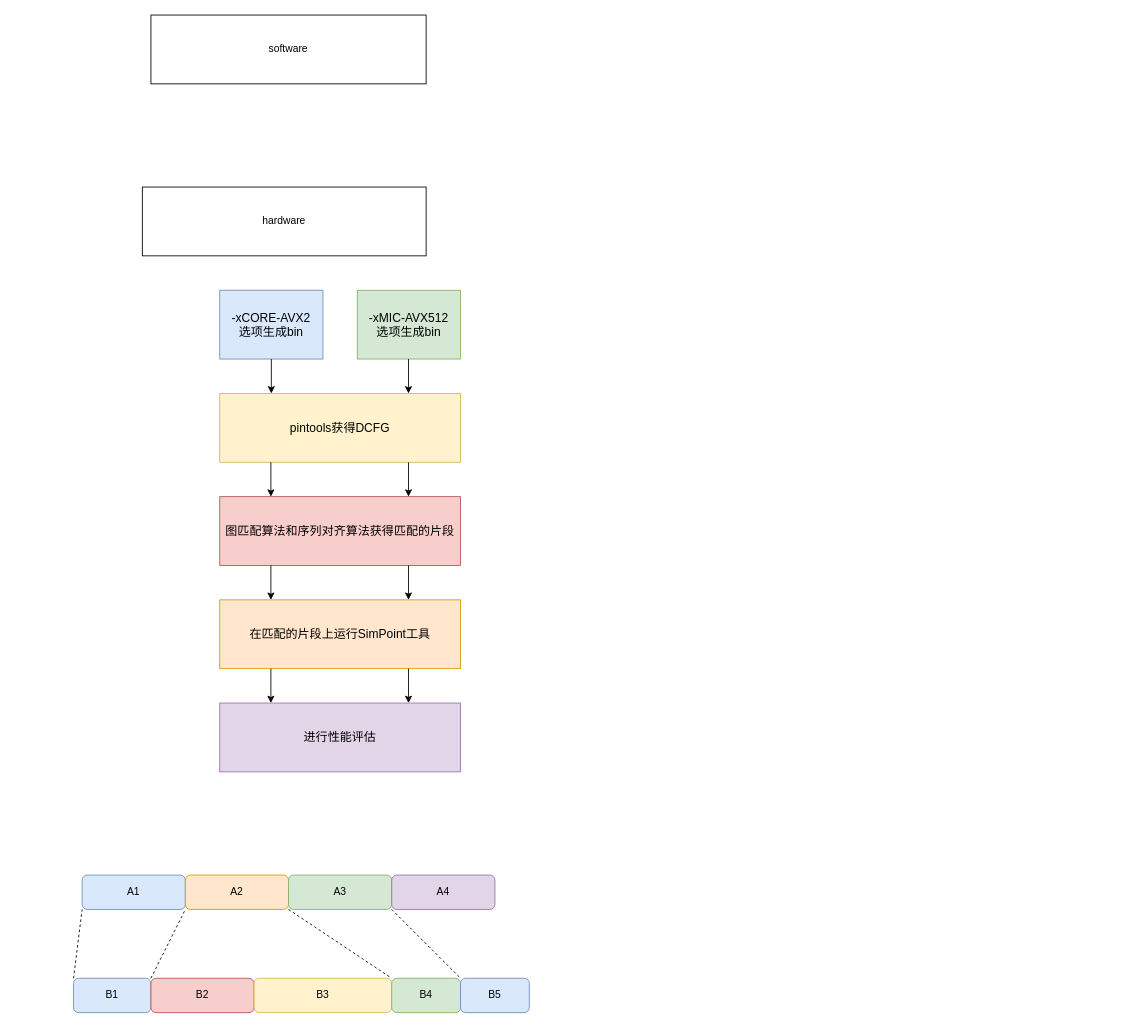
The draw.io diagram 1.drawio in Ziyue-Zhang/apicture, before the edit. Source tidied: cells renumbered, new cells numbered last; positions are measured from the earlier drawing's top-left corner, leaving out a move shared by most shapes. Both pictures are drawn from the tidied source at 86%, with x=0, y=0 at pixel (73, 15).
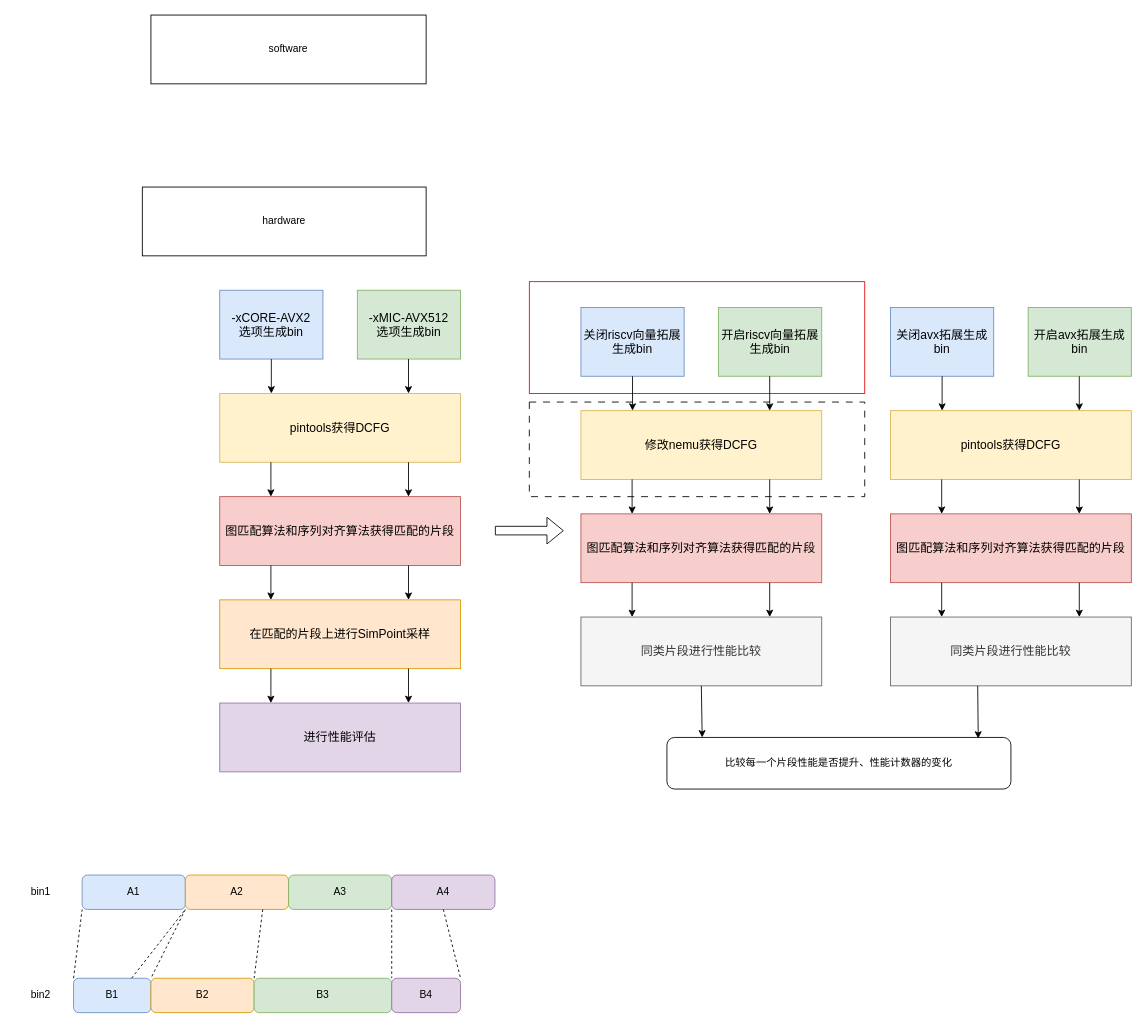
The same page after the edit.

Unchanged cells that the change refers to:
```xml
<mxCell id="19" value="A2" style="rounded=1;whiteSpace=wrap;html=1;fillColor=#ffe6cc;strokeColor=#d79b00;" parent="1" vertex="1">
  <mxGeometry x="130" y="1000" width="120" height="40" as="geometry" />
</mxCell>
<mxCell id="20" value="A3" style="rounded=1;whiteSpace=wrap;html=1;fillColor=#d5e8d4;strokeColor=#82b366;" parent="1" vertex="1">
  <mxGeometry x="250" y="1000" width="120" height="40" as="geometry" />
</mxCell>
<mxCell id="21" value="A4" style="rounded=1;whiteSpace=wrap;html=1;fillColor=#e1d5e7;strokeColor=#9673a6;" parent="1" vertex="1">
  <mxGeometry x="370" y="1000" width="120" height="40" as="geometry" />
</mxCell>
<mxCell id="22" value="B1" style="rounded=1;whiteSpace=wrap;html=1;fillColor=#dae8fc;strokeColor=#6c8ebf;" parent="1" vertex="1">
  <mxGeometry y="1120" width="90" height="40" as="geometry" />
</mxCell>
```

The edit, as a diff of the source:
```diff
@@
+    <mxCell id="31" style="rounded=0;whiteSpace=wrap;html=1;strokeColor=#000000;dashed=1;dashPattern=8 8;" parent="1" vertex="1">
+      <mxGeometry x="530" y="450" width="390" height="110" as="geometry" />
+    </mxCell>
+    <mxCell id="32" style="rounded=0;whiteSpace=wrap;html=1;strokeColor=#e10909;" parent="1" vertex="1">
+      <mxGeometry x="530" y="310" width="390" height="130" as="geometry" />
+    </mxCell>
@@
-    <mxCell id="8" value="&lt;font style=&quot;font-size: 14px;&quot;&gt;在匹配的片段上运行SimPoint工具&lt;/font&gt;" style="rounded=0;whiteSpace=wrap;html=1;fillColor=#ffe6cc;strokeColor=#d79b00;" parent="1" vertex="1">
+    <mxCell id="8" value="&lt;font style=&quot;font-size: 14px;&quot;&gt;在匹配的片段上进行SimPoint采样&lt;/font&gt;" style="rounded=0;whiteSpace=wrap;html=1;fillColor=#ffe6cc;strokeColor=#d79b00;" parent="1" vertex="1">
       <mxGeometry x="170" y="680" width="280" height="80" as="geometry" />
     </mxCell>
@@
-    <mxCell id="23" value="B2" style="rounded=1;whiteSpace=wrap;html=1;fillColor=#f8cecc;strokeColor=#b85450;" parent="1" vertex="1">
+    <mxCell id="23" value="B2" style="rounded=1;whiteSpace=wrap;html=1;fillColor=#ffe6cc;strokeColor=#d79b00;" parent="1" vertex="1">
       <mxGeometry x="90" y="1120" width="120" height="40" as="geometry" />
     </mxCell>
-    <mxCell id="24" value="B3" style="rounded=1;whiteSpace=wrap;html=1;fillColor=#fff2cc;strokeColor=#d6b656;" parent="1" vertex="1">
+    <mxCell id="24" value="B3" style="rounded=1;whiteSpace=wrap;html=1;fillColor=#d5e8d4;strokeColor=#82b366;" parent="1" vertex="1">
       <mxGeometry x="210" y="1120" width="160" height="40" as="geometry" />
     </mxCell>
-    <mxCell id="25" value="B4" style="rounded=1;whiteSpace=wrap;html=1;fillColor=#d5e8d4;strokeColor=#82b366;" parent="1" vertex="1">
+    <mxCell id="25" value="B4" style="rounded=1;whiteSpace=wrap;html=1;fillColor=#e1d5e7;strokeColor=#9673a6;" parent="1" vertex="1">
       <mxGeometry x="370" y="1120" width="80" height="40" as="geometry" />
     </mxCell>
@@
-    <mxCell id="27" style="endArrow=none;dashed=1;html=1;rounded=0;exitX=1;exitY=0;exitDx=0;exitDy=0;entryX=0;entryY=1;entryDx=0;entryDy=0;" parent="1" edge="1" source="22" target="19">
+    <mxCell id="27" style="endArrow=none;dashed=1;html=1;rounded=0;exitX=0.75;exitY=0;exitDx=0;exitDy=0;entryX=0;entryY=1;entryDx=0;entryDy=0;" parent="1" edge="1" source="22" target="19">
       <mxGeometry relative="1" as="geometry" />
     </mxCell>
-    <mxCell id="28" value="B5" style="rounded=1;whiteSpace=wrap;html=1;fillColor=#dae8fc;strokeColor=#6c8ebf;" parent="1" vertex="1">
-      <mxGeometry x="450" y="1120" width="80" height="40" as="geometry" />
-    </mxCell>
-    <mxCell id="29" style="endArrow=none;dashed=1;html=1;rounded=0;exitX=0;exitY=1;exitDx=0;exitDy=0;entryX=0;entryY=0;entryDx=0;entryDy=0;" parent="1" edge="1" source="20" target="25">
+    <mxCell id="29" style="endArrow=none;dashed=1;html=1;rounded=0;exitX=1;exitY=1;exitDx=0;exitDy=0;entryX=0;entryY=0;entryDx=0;entryDy=0;" parent="1" edge="1" source="20" target="25">
       <mxGeometry relative="1" as="geometry" />
     </mxCell>
-    <mxCell id="30" style="endArrow=none;dashed=1;html=1;rounded=0;exitX=0;exitY=1;exitDx=0;exitDy=0;entryX=1;entryY=0;entryDx=0;entryDy=0;" parent="1" edge="1" source="21" target="25">
+    <mxCell id="30" style="endArrow=none;dashed=1;html=1;rounded=0;exitX=0.5;exitY=1;exitDx=0;exitDy=0;entryX=1;entryY=0;entryDx=0;entryDy=0;" parent="1" edge="1" source="21" target="25">
       <mxGeometry relative="1" as="geometry" />
     </mxCell>
+    <mxCell id="33" value="bin1" style="text;html=1;align=center;verticalAlign=middle;whiteSpace=wrap;rounded=0;" parent="1" vertex="1">
+      <mxGeometry x="-68" y="1005" width="60" height="30" as="geometry" />
+    </mxCell>
+    <mxCell id="34" value="bin2" style="text;html=1;align=center;verticalAlign=middle;whiteSpace=wrap;rounded=0;" parent="1" vertex="1">
+      <mxGeometry x="-68" y="1125" width="60" height="30" as="geometry" />
+    </mxCell>
+    <mxCell id="35" style="shape=flexArrow;endArrow=classic;html=1;rounded=0;" parent="1" edge="1">
+      <mxGeometry relative="1" as="geometry">
+        <mxPoint x="490" y="599.5" as="sourcePoint" />
+        <mxPoint x="570" y="599.5" as="targetPoint" />
+      </mxGeometry>
+    </mxCell>
+    <mxCell id="36" value="&lt;span style=&quot;font-size: 14px;&quot;&gt;修改nemu获得DCFG&lt;/span&gt;" style="rounded=0;whiteSpace=wrap;html=1;fillColor=#fff2cc;strokeColor=#d6b656;" parent="1" vertex="1">
+      <mxGeometry x="590" y="460" width="280" height="80" as="geometry" />
+    </mxCell>
+    <mxCell id="37" value="&lt;span style=&quot;font-size: 14px;&quot;&gt;关闭riscv向量拓展生成bin&lt;/span&gt;" style="rounded=0;whiteSpace=wrap;html=1;fillColor=#dae8fc;strokeColor=#6c8ebf;" parent="1" vertex="1">
+      <mxGeometry x="590" y="340" width="120" height="80" as="geometry" />
+    </mxCell>
+    <mxCell id="38" value="&lt;span style=&quot;font-size: 14px;&quot;&gt;开启riscv向量拓展生成bin&lt;/span&gt;" style="rounded=0;whiteSpace=wrap;html=1;fillColor=#d5e8d4;strokeColor=#82b366;" parent="1" vertex="1">
+      <mxGeometry x="750" y="340" width="120" height="80" as="geometry" />
+    </mxCell>
+    <mxCell id="39" value="&lt;font style=&quot;font-size: 14px;&quot;&gt;图匹配算法和序列对齐算法获得匹配的片段&lt;/font&gt;" style="rounded=0;whiteSpace=wrap;html=1;fillColor=#f8cecc;strokeColor=#b85450;" parent="1" vertex="1">
+      <mxGeometry x="590" y="580" width="280" height="80" as="geometry" />
+    </mxCell>
+    <mxCell id="40" value="&lt;span style=&quot;font-size: 14px;&quot;&gt;同类片段进行性能比较&lt;/span&gt;" style="rounded=0;whiteSpace=wrap;html=1;fillColor=#f5f5f5;strokeColor=#666666;fontColor=#333333;" parent="1" vertex="1">
+      <mxGeometry x="590" y="700" width="280" height="80" as="geometry" />
+    </mxCell>
+    <mxCell id="41" style="endArrow=classic;html=1;rounded=0;exitX=0.5;exitY=1;exitDx=0;exitDy=0;" parent="1" edge="1" source="37">
+      <mxGeometry relative="1" as="geometry">
+        <mxPoint x="650" y="460" as="targetPoint" />
+      </mxGeometry>
+    </mxCell>
+    <mxCell id="42" style="endArrow=classic;html=1;rounded=0;exitX=0.5;exitY=1;exitDx=0;exitDy=0;" parent="1" edge="1">
+      <mxGeometry relative="1" as="geometry">
+        <mxPoint x="649.5" y="540" as="sourcePoint" />
+        <mxPoint x="649.5" y="580" as="targetPoint" />
+      </mxGeometry>
+    </mxCell>
+    <mxCell id="43" style="endArrow=classic;html=1;rounded=0;exitX=0.5;exitY=1;exitDx=0;exitDy=0;" parent="1" edge="1">
+      <mxGeometry relative="1" as="geometry">
+        <mxPoint x="809.5" y="420" as="sourcePoint" />
+        <mxPoint x="809.5" y="460" as="targetPoint" />
+      </mxGeometry>
+    </mxCell>
+    <mxCell id="44" style="endArrow=classic;html=1;rounded=0;exitX=0.5;exitY=1;exitDx=0;exitDy=0;" parent="1" edge="1">
+      <mxGeometry relative="1" as="geometry">
+        <mxPoint x="809.5" y="540" as="sourcePoint" />
+        <mxPoint x="809.5" y="580" as="targetPoint" />
+      </mxGeometry>
+    </mxCell>
+    <mxCell id="45" style="endArrow=classic;html=1;rounded=0;exitX=0.5;exitY=1;exitDx=0;exitDy=0;" parent="1" edge="1">
+      <mxGeometry relative="1" as="geometry">
+        <mxPoint x="649.5" y="660" as="sourcePoint" />
+        <mxPoint x="649.5" y="700" as="targetPoint" />
+      </mxGeometry>
+    </mxCell>
+    <mxCell id="46" style="endArrow=classic;html=1;rounded=0;exitX=0.5;exitY=1;exitDx=0;exitDy=0;" parent="1" edge="1">
+      <mxGeometry relative="1" as="geometry">
+        <mxPoint x="809.5" y="660" as="sourcePoint" />
+        <mxPoint x="809.5" y="700" as="targetPoint" />
+      </mxGeometry>
+    </mxCell>
+    <mxCell id="47" value="&lt;span style=&quot;font-size: 14px;&quot;&gt;pintools获得DCFG&lt;/span&gt;" style="rounded=0;whiteSpace=wrap;html=1;fillColor=#fff2cc;strokeColor=#d6b656;" parent="1" vertex="1">
+      <mxGeometry x="950" y="460" width="280" height="80" as="geometry" />
+    </mxCell>
+    <mxCell id="48" value="&lt;span style=&quot;font-size: 14px;&quot;&gt;关闭avx拓展生成bin&lt;/span&gt;" style="rounded=0;whiteSpace=wrap;html=1;fillColor=#dae8fc;strokeColor=#6c8ebf;" parent="1" vertex="1">
+      <mxGeometry x="950" y="340" width="120" height="80" as="geometry" />
+    </mxCell>
+    <mxCell id="49" value="&lt;span style=&quot;font-size: 14px;&quot;&gt;开启avx拓展生成bin&lt;/span&gt;" style="rounded=0;whiteSpace=wrap;html=1;fillColor=#d5e8d4;strokeColor=#82b366;" parent="1" vertex="1">
+      <mxGeometry x="1110" y="340" width="120" height="80" as="geometry" />
+    </mxCell>
+    <mxCell id="50" value="&lt;font style=&quot;font-size: 14px;&quot;&gt;图匹配算法和序列对齐算法获得匹配的片段&lt;/font&gt;" style="rounded=0;whiteSpace=wrap;html=1;fillColor=#f8cecc;strokeColor=#b85450;" parent="1" vertex="1">
+      <mxGeometry x="950" y="580" width="280" height="80" as="geometry" />
+    </mxCell>
+    <mxCell id="51" value="&lt;span style=&quot;font-size: 14px;&quot;&gt;同类片段进行性能比较&lt;/span&gt;" style="rounded=0;whiteSpace=wrap;html=1;fillColor=#f5f5f5;strokeColor=#666666;fontColor=#333333;" parent="1" vertex="1">
+      <mxGeometry x="950" y="700" width="280" height="80" as="geometry" />
+    </mxCell>
+    <mxCell id="52" style="endArrow=classic;html=1;rounded=0;exitX=0.5;exitY=1;exitDx=0;exitDy=0;" parent="1" edge="1" source="48">
+      <mxGeometry relative="1" as="geometry">
+        <mxPoint x="1010" y="460" as="targetPoint" />
+      </mxGeometry>
+    </mxCell>
+    <mxCell id="53" style="endArrow=classic;html=1;rounded=0;exitX=0.5;exitY=1;exitDx=0;exitDy=0;" parent="1" edge="1">
+      <mxGeometry relative="1" as="geometry">
+        <mxPoint x="1009.5" y="540" as="sourcePoint" />
+        <mxPoint x="1009.5" y="580" as="targetPoint" />
+      </mxGeometry>
+    </mxCell>
+    <mxCell id="54" style="endArrow=classic;html=1;rounded=0;exitX=0.5;exitY=1;exitDx=0;exitDy=0;" parent="1" edge="1">
+      <mxGeometry relative="1" as="geometry">
+        <mxPoint x="1169.5" y="420" as="sourcePoint" />
+        <mxPoint x="1169.5" y="460" as="targetPoint" />
+      </mxGeometry>
+    </mxCell>
+    <mxCell id="55" style="endArrow=classic;html=1;rounded=0;exitX=0.5;exitY=1;exitDx=0;exitDy=0;" parent="1" edge="1">
+      <mxGeometry relative="1" as="geometry">
+        <mxPoint x="1169.5" y="540" as="sourcePoint" />
+        <mxPoint x="1169.5" y="580" as="targetPoint" />
+      </mxGeometry>
+    </mxCell>
+    <mxCell id="56" style="endArrow=classic;html=1;rounded=0;exitX=0.5;exitY=1;exitDx=0;exitDy=0;" parent="1" edge="1">
+      <mxGeometry relative="1" as="geometry">
+        <mxPoint x="1009.5" y="660" as="sourcePoint" />
+        <mxPoint x="1009.5" y="700" as="targetPoint" />
+      </mxGeometry>
+    </mxCell>
+    <mxCell id="57" style="endArrow=classic;html=1;rounded=0;exitX=0.5;exitY=1;exitDx=0;exitDy=0;" parent="1" edge="1">
+      <mxGeometry relative="1" as="geometry">
+        <mxPoint x="1169.5" y="660" as="sourcePoint" />
+        <mxPoint x="1169.5" y="700" as="targetPoint" />
+      </mxGeometry>
+    </mxCell>
+    <mxCell id="58" value="比较每一个片段性能是否提升、性能计数器的变化" style="rounded=1;whiteSpace=wrap;html=1;" parent="1" vertex="1">
+      <mxGeometry x="690" y="840" width="400" height="60" as="geometry" />
+    </mxCell>
+    <mxCell id="59" style="endArrow=classic;html=1;rounded=0;exitX=0.5;exitY=1;exitDx=0;exitDy=0;" parent="1" edge="1" source="40">
+      <mxGeometry relative="1" as="geometry">
+        <mxPoint x="731" y="840" as="targetPoint" />
+      </mxGeometry>
+    </mxCell>
+    <mxCell id="60" style="endArrow=classic;html=1;rounded=0;exitX=0.362;exitY=1;exitDx=0;exitDy=0;exitPerimeter=0;entryX=0.905;entryY=0.022;entryDx=0;entryDy=0;entryPerimeter=0;" parent="1" edge="1" source="51" target="58">
+      <mxGeometry relative="1" as="geometry" />
+    </mxCell>
+    <mxCell id="61" style="endArrow=none;dashed=1;html=1;rounded=0;exitX=0;exitY=1;exitDx=0;exitDy=0;entryX=0;entryY=0;entryDx=0;entryDy=0;" parent="1" edge="1" source="19" target="23">
+      <mxGeometry relative="1" as="geometry" />
+    </mxCell>
+    <mxCell id="62" style="endArrow=none;dashed=1;html=1;rounded=0;exitX=0.75;exitY=1;exitDx=0;exitDy=0;entryX=1;entryY=0;entryDx=0;entryDy=0;" parent="1" edge="1" source="19" target="23">
+      <mxGeometry relative="1" as="geometry" />
+    </mxCell>
```
